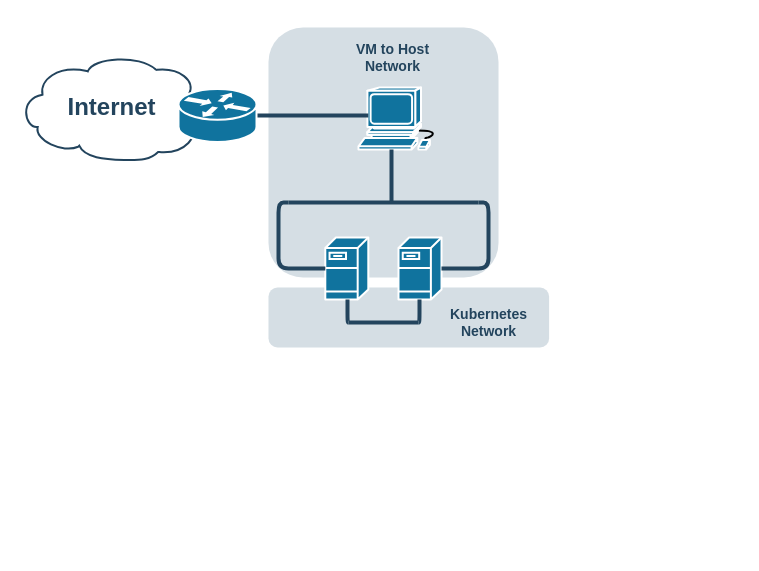
The draw.io diagram documents/K8sNetworkDiagram.drawio in gremlin-master/VagrantK8s, before the edit. Source tidied: cells renumbered, new cells numbered last; positions are measured from the earlier drawing's top-left corner, leaving out a move shared by most shapes. Both pictures are drawn from the tidied source at 100%, with x=0, y=0 at pixel (18, 27).
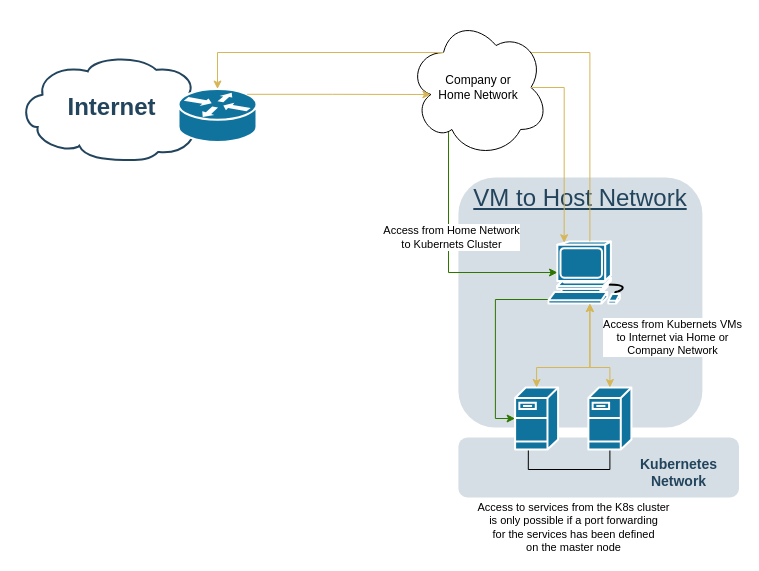
Above is the later version.

Commit message (it also covers changes not shown here):
More documentation regardin network configuration

Unchanged cells that the change refers to:
```xml
<mxCell id="15" style="shape=mxgraph.cisco.routers.router;html=1;dashed=0;fillColor=#10739E;strokeColor=#ffffff;strokeWidth=2;verticalLabelPosition=bottom;verticalAlign=top;fontFamily=Helvetica;fontSize=36;fontColor=#FFB366;" parent="1" vertex="1">
  <mxGeometry x="160" y="61.5" width="78" height="53" as="geometry" />
</mxCell>
```

Diff of the diagram source:
```diff
@@
     <mxCell id="2" style="rounded=1;whiteSpace=wrap;html=1;strokeColor=none;fillColor=#BAC8D3;fontSize=24;fontColor=#23445D;align=center;opacity=60;" parent="1" vertex="1">
-      <mxGeometry x="250" y="260" width="280.6" height="60" as="geometry" />
+      <mxGeometry x="439.9" y="410" width="280.6" height="60" as="geometry" />
     </mxCell>
-    <mxCell id="3" style="rounded=1;whiteSpace=wrap;html=1;strokeColor=none;fillColor=#BAC8D3;fontSize=24;fontColor=#23445D;align=center;opacity=60;" parent="1" vertex="1">
-      <mxGeometry x="250" width="230" height="250" as="geometry" />
+    <mxCell id="3" value="VM to Host Network" style="rounded=1;whiteSpace=wrap;html=1;strokeColor=none;fillColor=#BAC8D3;fontSize=24;fontColor=#23445D;align=center;opacity=60;verticalAlign=top;fontStyle=4;" parent="1" vertex="1">
+      <mxGeometry x="439.9" y="150" width="244" height="250" as="geometry" />
     </mxCell>
+    <mxCell id="19" style="edgeStyle=orthogonalEdgeStyle;rounded=0;jettySize=auto;html=1;exitX=0;exitY=1;exitDx=0;exitDy=0;exitPerimeter=0;entryX=0;entryY=0.5;entryDx=0;entryDy=0;entryPerimeter=0;fillColor=#60a917;strokeColor=#2D7600;" parent="1" edge="1" source="4" target="5">
+      <mxGeometry relative="1" as="geometry">
+        <Array as="points">
+          <mxPoint x="476.9" y="272" />
+          <mxPoint x="476.9" y="391" />
+        </Array>
+      </mxGeometry>
+    </mxCell>
+    <mxCell id="20" value="Access from Home Network&lt;br&gt;to Kubernets Cluster" style="edgeStyle=orthogonalEdgeStyle;rounded=0;jettySize=auto;html=1;startArrow=classic;startFill=1;endArrow=none;endFill=0;entryX=0.31;entryY=0.8;entryDx=0;entryDy=0;entryPerimeter=0;fillColor=#60a917;strokeColor=#2D7600;exitX=0.11;exitY=0.5;exitDx=0;exitDy=0;exitPerimeter=0;" parent="1" edge="1" source="4" target="23">
+      <mxGeometry x="0.13" y="-3" relative="1" as="geometry">
+        <Array as="points">
+          <mxPoint x="430" y="245" />
+          <mxPoint x="430" y="102" />
+        </Array>
+      </mxGeometry>
+    </mxCell>
     <mxCell id="4" style="shape=mxgraph.cisco.computers_and_peripherals.workstation;html=1;dashed=0;fillColor=#10739E;strokeColor=#ffffff;strokeWidth=2;verticalLabelPosition=bottom;verticalAlign=top;fontFamily=Helvetica;fontSize=36;fontColor=#FFB366;" parent="1" vertex="1">
-      <mxGeometry x="340" y="60" width="83" height="62" as="geometry" />
+      <mxGeometry x="529.9" y="214" width="83" height="62" as="geometry" />
     </mxCell>
     <mxCell id="5" style="shape=mxgraph.cisco.servers.fileserver;html=1;dashed=0;fillColor=#10739E;strokeColor=#ffffff;strokeWidth=2;verticalLabelPosition=bottom;verticalAlign=top;fontFamily=Helvetica;fontSize=36;fontColor=#FFB366;" parent="1" vertex="1">
-      <mxGeometry x="306.8" y="210" width="43" height="62" as="geometry" />
+      <mxGeometry x="496.6" y="360" width="43" height="62" as="geometry" />
     </mxCell>
+    <mxCell id="21" value="Access to services from the K8s cluster &lt;br&gt;is only possible if a port forwarding &lt;br&gt;for the services has been defined &lt;br&gt;on the master node" style="edgeStyle=orthogonalEdgeStyle;rounded=0;jettySize=auto;html=1;exitX=0.5;exitY=1;exitDx=0;exitDy=0;exitPerimeter=0;entryX=0.308;entryY=1.016;entryDx=0;entryDy=0;entryPerimeter=0;startArrow=none;startFill=0;endArrow=none;endFill=0;" parent="1" edge="1" source="6" target="5">
+      <mxGeometry x="-0.05" y="58" relative="1" as="geometry">
+        <mxPoint x="1" as="offset" />
+      </mxGeometry>
+    </mxCell>
     <mxCell id="6" style="shape=mxgraph.cisco.servers.fileserver;html=1;dashed=0;fillColor=#10739E;strokeColor=#ffffff;strokeWidth=2;verticalLabelPosition=bottom;verticalAlign=top;fontFamily=Helvetica;fontSize=36;fontColor=#FFB366;" parent="1" vertex="1">
-      <mxGeometry x="380" y="210" width="43" height="62" as="geometry" />
+      <mxGeometry x="569.9" y="360" width="43" height="62" as="geometry" />
     </mxCell>
@@
-    <mxCell id="8" style="line;html=1;strokeColor=#23445D;" parent="1" vertex="1">
-      <mxGeometry x="330" y="290" width="70" height="10" as="geometry" />
-    </mxCell>
-    <mxCell id="9" style="edgeStyle=elbowEdgeStyle;elbow=horizontal;endArrow=none;html=1;strokeColor=#23445D;endFill=0;strokeWidth=4;rounded=1;entryX=0.5;entryY=1;entryDx=0;entryDy=0;entryPerimeter=0;exitX=0;exitY=0.5;exitDx=0;exitDy=0;exitPerimeter=0;" parent="1" edge="1" source="8" target="5">
-      <mxGeometry relative="1" as="geometry" />
-    </mxCell>
-    <mxCell id="10" value="&lt;font color=&quot;#23445d&quot;&gt;VM to Host&lt;br&gt;Network&lt;/font&gt;" style="rounded=1;whiteSpace=wrap;html=1;strokeColor=none;fillColor=none;fontSize=14;fontColor=#742B21;align=center;fontStyle=1;" parent="1" vertex="1">
-      <mxGeometry x="307.5" y="10" width="132.5" height="40" as="geometry" />
-    </mxCell>
     <mxCell id="11" value="&lt;font color=&quot;#23445d&quot;&gt;Kubernetes&lt;br&gt;Network&lt;br&gt;&lt;/font&gt;" style="rounded=1;whiteSpace=wrap;html=1;strokeColor=none;fillColor=none;fontSize=14;fontColor=#742B21;align=center;fontStyle=1;" parent="1" vertex="1">
-      <mxGeometry x="420" y="275" width="100.6" height="40" as="geometry" />
+      <mxGeometry x="609.9" y="425" width="100.6" height="40" as="geometry" />
     </mxCell>
-    <mxCell id="12" style="edgeStyle=elbowEdgeStyle;elbow=horizontal;endArrow=none;html=1;strokeColor=#23445D;endFill=0;strokeWidth=4;rounded=1;entryX=0.5;entryY=1;entryDx=0;entryDy=0;entryPerimeter=0;exitX=1;exitY=0.5;exitDx=0;exitDy=0;exitPerimeter=0;" parent="1" edge="1" source="8" target="6">
-      <mxGeometry relative="1" as="geometry" />
-    </mxCell>
-    <mxCell id="13" style="edgeStyle=elbowEdgeStyle;elbow=horizontal;endArrow=none;html=1;strokeColor=#23445D;endFill=0;strokeWidth=4;rounded=1;" parent="1" edge="1">
-      <mxGeometry relative="1" as="geometry">
-        <mxPoint x="373" y="176" as="sourcePoint" />
-        <mxPoint x="373.2" y="122" as="targetPoint" />
-      </mxGeometry>
-    </mxCell>
-    <mxCell id="14" style="line;html=1;strokeColor=#23445D;" parent="1" vertex="1">
-      <mxGeometry x="230" y="83" width="119.8" height="10" as="geometry" />
-    </mxCell>
+    <mxCell id="22" style="edgeStyle=orthogonalEdgeStyle;rounded=0;jettySize=auto;html=1;entryX=0.5;entryY=0;entryDx=0;entryDy=0;entryPerimeter=0;startArrow=classic;startFill=1;endArrow=none;endFill=0;fillColor=#fff2cc;strokeColor=#d6b656;exitX=0.88;exitY=0.25;exitDx=0;exitDy=0;exitPerimeter=0;" parent="1" edge="1" target="4">
+      <mxGeometry relative="1" as="geometry">
+        <mxPoint x="479.8" y="25" as="sourcePoint" />
+        <Array as="points">
+          <mxPoint x="571.6" y="25" />
+        </Array>
+      </mxGeometry>
+    </mxCell>
@@
-    <mxCell id="16" style="line;html=1;strokeColor=#23445D;" parent="1" vertex="1">
-      <mxGeometry x="270" y="170" width="190" height="10" as="geometry" />
-    </mxCell>
-    <mxCell id="17" style="edgeStyle=elbowEdgeStyle;elbow=horizontal;endArrow=none;html=1;strokeColor=#23445D;endFill=0;strokeWidth=4;rounded=1;entryX=1;entryY=0.5;entryDx=0;entryDy=0;entryPerimeter=0;exitX=1;exitY=0.5;exitDx=0;exitDy=0;exitPerimeter=0;" parent="1" edge="1" source="6" target="16">
-      <mxGeometry relative="1" as="geometry">
-        <Array as="points">
-          <mxPoint x="470" y="210" />
-          <mxPoint x="526.2" y="215" />
-        </Array>
-      </mxGeometry>
-    </mxCell>
-    <mxCell id="18" style="edgeStyle=elbowEdgeStyle;elbow=horizontal;endArrow=none;html=1;strokeColor=#23445D;endFill=0;strokeWidth=4;rounded=1;entryX=0;entryY=0.5;entryDx=0;entryDy=0;entryPerimeter=0;exitX=0;exitY=0.5;exitDx=0;exitDy=0;exitPerimeter=0;" parent="1" edge="1" source="5" target="16">
-      <mxGeometry relative="1" as="geometry">
-        <Array as="points">
-          <mxPoint x="260" y="210" />
-          <mxPoint x="278.8" y="210" />
-        </Array>
-      </mxGeometry>
-    </mxCell>
+    <mxCell id="23" value="Company or &lt;br&gt;Home Network" style="ellipse;shape=cloud;whiteSpace=wrap;html=1;" parent="1" vertex="1">
+      <mxGeometry x="390" y="-10" width="140" height="140" as="geometry" />
+    </mxCell>
+    <mxCell id="24" style="edgeStyle=orthogonalEdgeStyle;rounded=0;jettySize=auto;html=1;entryX=0.25;entryY=0.25;entryDx=0;entryDy=0;entryPerimeter=0;startArrow=classic;startFill=1;exitX=0.5;exitY=0;exitDx=0;exitDy=0;exitPerimeter=0;endArrow=none;endFill=0;fillColor=#fff2cc;strokeColor=#d6b656;" parent="1" edge="1" source="15" target="23">
+      <mxGeometry relative="1" as="geometry" />
+    </mxCell>
+    <mxCell id="25" style="edgeStyle=orthogonalEdgeStyle;rounded=0;jettySize=auto;html=1;startArrow=none;startFill=0;endArrow=classic;endFill=1;fillColor=#fff2cc;strokeColor=#d6b656;exitX=0.88;exitY=0.1;exitDx=0;exitDy=0;exitPerimeter=0;entryX=0.16;entryY=0.55;entryDx=0;entryDy=0;entryPerimeter=0;" parent="1" edge="1" source="15" target="23">
+      <mxGeometry relative="1" as="geometry" />
+    </mxCell>
+    <mxCell id="26" style="edgeStyle=orthogonalEdgeStyle;rounded=0;jettySize=auto;html=1;startArrow=none;startFill=0;endArrow=classic;endFill=1;fillColor=#fff2cc;strokeColor=#d6b656;entryX=0.19;entryY=0.02;entryDx=0;entryDy=0;entryPerimeter=0;exitX=0.875;exitY=0.5;exitDx=0;exitDy=0;exitPerimeter=0;" parent="1" edge="1" source="23" target="4">
+      <mxGeometry relative="1" as="geometry">
+        <Array as="points">
+          <mxPoint x="546" y="60" />
+        </Array>
+      </mxGeometry>
+    </mxCell>
+    <mxCell id="27" style="edgeStyle=orthogonalEdgeStyle;rounded=0;jettySize=auto;html=1;startArrow=classic;startFill=1;endArrow=classic;endFill=1;fillColor=#fff2cc;strokeColor=#d6b656;exitX=0.5;exitY=1;exitDx=0;exitDy=0;exitPerimeter=0;entryX=0.5;entryY=0;entryDx=0;entryDy=0;entryPerimeter=0;" parent="1" edge="1" source="4" target="6">
+      <mxGeometry relative="1" as="geometry">
+        <Array as="points">
+          <mxPoint x="571.6" y="340" />
+          <mxPoint x="591.6" y="340" />
+        </Array>
+      </mxGeometry>
+    </mxCell>
+    <mxCell id="28" value="Access from Kubernets VMs&lt;br&gt;to Internet via Home or &lt;br&gt;Company Network" style="edgeStyle=orthogonalEdgeStyle;rounded=0;jettySize=auto;html=1;startArrow=classic;startFill=1;endArrow=classic;endFill=1;fillColor=#fff2cc;strokeColor=#d6b656;exitX=0.5;exitY=1;exitDx=0;exitDy=0;exitPerimeter=0;entryX=0.5;entryY=0;entryDx=0;entryDy=0;entryPerimeter=0;" parent="1" edge="1" source="4" target="5">
+      <mxGeometry x="-0.5" y="83" relative="1" as="geometry">
+        <Array as="points">
+          <mxPoint x="571.6" y="340" />
+          <mxPoint x="518.6" y="340" />
+        </Array>
+      </mxGeometry>
+    </mxCell>
```
